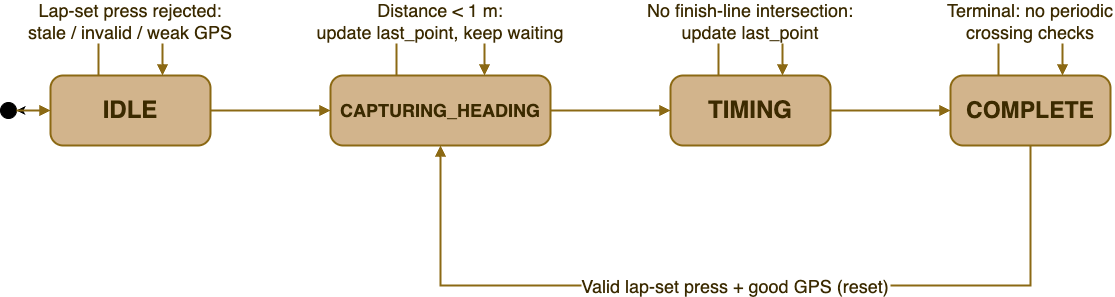
PatMcN7/monorepo keeps this draw.io diagram as firmware/source/dashboard/lap_timer/laptimer_statemachine.drawio.png. Above is the earlier version. Source tidied: cells renumbered, new cells last; positions are measured from the earlier drawing's top-left corner, leaving out a move shared by most shapes. The source it was exported from:
```xml
<mxGraphModel>
  <root>
    <mxCell id="0" />
    <mxCell id="1" parent="0" />
    <mxCell id="2" style="edgeStyle=none;html=1;" parent="1" edge="1" source="3" target="7">
      <mxGeometry relative="1" as="geometry" />
    </mxCell>
    <mxCell id="3" value="&lt;font style=&quot;font-size: 24px;&quot;&gt;IDLE&lt;/font&gt;" style="rounded=1;arcSize=18;whiteSpace=wrap;html=1;fillColor=#D2B48C;strokeColor=#8B6914;strokeWidth=2;fontSize=14;fontStyle=1;fontColor=#3b2a00;align=center;verticalAlign=middle;" parent="1" vertex="1">
      <mxGeometry x="50" y="55" width="160" height="70" as="geometry" />
    </mxCell>
    <mxCell id="4" value="&lt;font style=&quot;font-size: 18px;&quot;&gt;CAPTURING_HEADING&lt;/font&gt;" style="rounded=1;arcSize=18;whiteSpace=wrap;html=1;fillColor=#D2B48C;strokeColor=#8B6914;strokeWidth=2;fontSize=14;fontStyle=1;fontColor=#3b2a00;align=center;verticalAlign=middle;" parent="1" vertex="1">
      <mxGeometry x="330" y="55" width="220" height="70" as="geometry" />
    </mxCell>
    <mxCell id="5" value="&lt;font style=&quot;font-size: 24px;&quot;&gt;TIMING&lt;/font&gt;" style="rounded=1;arcSize=18;whiteSpace=wrap;html=1;fillColor=#D2B48C;strokeColor=#8B6914;strokeWidth=2;fontSize=14;fontStyle=1;fontColor=#3b2a00;align=center;verticalAlign=middle;" parent="1" vertex="1">
      <mxGeometry x="670" y="55" width="160" height="70" as="geometry" />
    </mxCell>
    <mxCell id="6" value="&lt;font style=&quot;font-size: 23px;&quot;&gt;COMPLETE&lt;/font&gt;" style="rounded=1;arcSize=18;whiteSpace=wrap;html=1;fillColor=#D2B48C;strokeColor=#8B6914;strokeWidth=2;fontSize=14;fontStyle=1;fontColor=#3b2a00;align=center;verticalAlign=middle;" parent="1" vertex="1">
      <mxGeometry x="950" y="55" width="160" height="70" as="geometry" />
    </mxCell>
    <mxCell id="7" style="ellipse;whiteSpace=wrap;html=1;fillColor=#000000;strokeColor=#000000;" parent="1" vertex="1">
      <mxGeometry y="82" width="16" height="16" as="geometry" />
    </mxCell>
    <mxCell id="8" style="orthogonalEdgeStyle;rounded=0;html=0;endArrow=block;elbow=vertical;strokeColor=#8B6914;fontColor=#3b2a00;fontSize=11;strokeWidth=2;jettySize=auto;" parent="1" edge="1" source="7" target="3">
      <mxGeometry relative="1" as="geometry" />
    </mxCell>
    <mxCell id="9" style="orthogonalEdgeStyle;rounded=0;html=0;endArrow=block;elbow=vertical;strokeColor=#8B6914;fontColor=#3b2a00;fontSize=11;strokeWidth=2;jettySize=auto;exitX=1;exitY=0.5;exitDx=0;exitDy=0;entryX=0;entryY=0.5;entryDx=0;entryDy=0;" parent="1" edge="1" source="3" target="4">
      <mxGeometry y="15" relative="1" as="geometry" />
    </mxCell>
    <mxCell id="10" style="orthogonalEdgeStyle;rounded=0;html=0;endArrow=block;elbow=vertical;strokeColor=#8B6914;fontColor=#3b2a00;fontSize=11;strokeWidth=2;jettySize=auto;exitX=1;exitY=0.5;exitDx=0;exitDy=0;entryX=0;entryY=0.5;entryDx=0;entryDy=0;" parent="1" edge="1" source="4" target="5">
      <mxGeometry relative="1" as="geometry" />
    </mxCell>
    <mxCell id="11" style="orthogonalEdgeStyle;rounded=0;html=0;endArrow=block;elbow=vertical;strokeColor=#8B6914;fontColor=#3b2a00;fontSize=11;strokeWidth=2;jettySize=auto;exitX=1;exitY=0.5;exitDx=0;exitDy=0;entryX=0;entryY=0.5;entryDx=0;entryDy=0;" parent="1" edge="1" source="5" target="6">
      <mxGeometry relative="1" as="geometry" />
    </mxCell>
    <mxCell id="12" value="Lap-set press rejected:&#10;stale / invalid / weak GPS" style="orthogonalEdgeStyle;rounded=0;html=0;endArrow=block;strokeColor=#8B6914;fontColor=#3b2a00;fontSize=18;strokeWidth=2;exitX=0.3;exitY=0;exitDx=0;exitDy=0;entryX=0.7;entryY=0;entryDx=0;entryDy=0;" parent="1" edge="1" source="3" target="3">
      <mxGeometry relative="1" as="geometry">
        <Array as="points">
          <mxPoint x="98" />
          <mxPoint x="162" />
        </Array>
      </mxGeometry>
    </mxCell>
    <mxCell id="13" value="Distance &lt; 1 m:&#10;update last_point, keep waiting" style="orthogonalEdgeStyle;rounded=0;html=0;endArrow=block;strokeColor=#8B6914;fontColor=#3b2a00;fontSize=18;strokeWidth=2;exitX=0.3;exitY=0;exitDx=0;exitDy=0;entryX=0.7;entryY=0;entryDx=0;entryDy=0;" parent="1" edge="1" source="4" target="4">
      <mxGeometry relative="1" as="geometry">
        <Array as="points">
          <mxPoint x="396" />
          <mxPoint x="484" />
        </Array>
      </mxGeometry>
    </mxCell>
    <mxCell id="14" value="No finish-line intersection:&#10;update last_point" style="orthogonalEdgeStyle;rounded=0;html=0;endArrow=block;strokeColor=#8B6914;fontColor=#3b2a00;fontSize=18;strokeWidth=2;exitX=0.3;exitY=0;exitDx=0;exitDy=0;entryX=0.7;entryY=0;entryDx=0;entryDy=0;" parent="1" edge="1" source="5" target="5">
      <mxGeometry relative="1" as="geometry">
        <Array as="points">
          <mxPoint x="718" />
          <mxPoint x="782" />
        </Array>
      </mxGeometry>
    </mxCell>
    <mxCell id="15" value="Terminal: no periodic&#10;crossing checks" style="orthogonalEdgeStyle;rounded=0;html=0;endArrow=block;strokeColor=#8B6914;fontColor=#3b2a00;fontSize=18;strokeWidth=2;exitX=0.3;exitY=0;exitDx=0;exitDy=0;entryX=0.7;entryY=0;entryDx=0;entryDy=0;" parent="1" edge="1" source="6" target="6">
      <mxGeometry relative="1" as="geometry">
        <Array as="points">
          <mxPoint x="998" />
          <mxPoint x="1062" />
        </Array>
      </mxGeometry>
    </mxCell>
    <mxCell id="16" value="Valid lap-set press + good GPS (reset)" style="orthogonalEdgeStyle;rounded=0;html=0;endArrow=block;strokeColor=#8B6914;fontColor=#3b2a00;fontSize=18;strokeWidth=2;exitX=0.5;exitY=1;exitDx=0;exitDy=0;entryX=0.5;entryY=1;entryDx=0;entryDy=0;" parent="1" edge="1" source="6" target="4">
      <mxGeometry relative="1" as="geometry">
        <Array as="points">
          <mxPoint x="1030" y="265" />
          <mxPoint x="440" y="265" />
        </Array>
      </mxGeometry>
    </mxCell>
  </root>
</mxGraphModel>
```
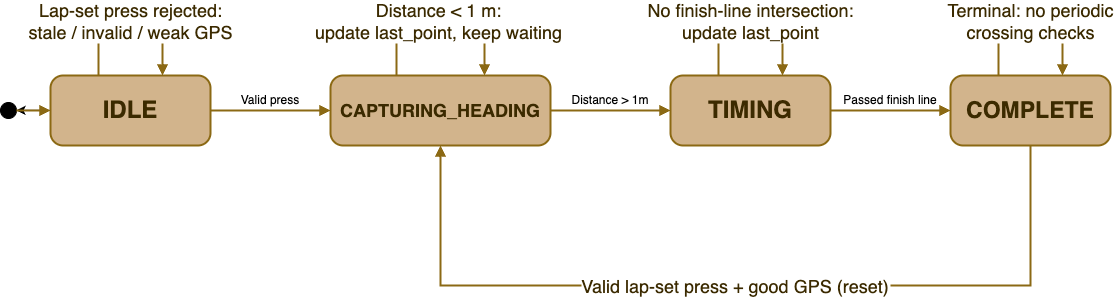
The same file after the commit.

Commit message:
Update state diagrams

What changed in the source:
```diff
@@ -1,4 +1,4 @@
-<mxGraphModel>
+<mxGraphModel background="#ffffff">
   <root>
     <mxCell id="0" />
     <mxCell id="1" parent="0" />
@@ -72,5 +72,14 @@
         </Array>
       </mxGeometry>
     </mxCell>
+    <mxCell id="17" value="Valid press" style="text;html=1;align=center;verticalAlign=middle;whiteSpace=wrap;rounded=0;" parent="1" vertex="1">
+      <mxGeometry x="230" y="65" width="80" height="30" as="geometry" />
+    </mxCell>
+    <mxCell id="18" value="Distance &amp;gt; 1m" style="text;html=1;align=center;verticalAlign=middle;whiteSpace=wrap;rounded=0;" parent="1" vertex="1">
+      <mxGeometry x="570" y="65" width="80" height="30" as="geometry" />
+    </mxCell>
+    <mxCell id="19" value="Passed finish line" style="text;html=1;align=center;verticalAlign=middle;whiteSpace=wrap;rounded=0;" parent="1" vertex="1">
+      <mxGeometry x="840" y="65" width="100" height="30" as="geometry" />
+    </mxCell>
   </root>
 </mxGraphModel>
```
